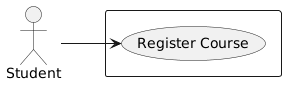
Above: uml/UserCase.puml.png in mtc-Khalid-AlHarrasi/ssd-design-lab--Khalid- (PlantUML), before the change. Its diagram source:
```plantuml
@startuml
left to right direction

actor Student

rectangle  {
    (Register Course)
}

Student --> (Register Course)
@enduml
```
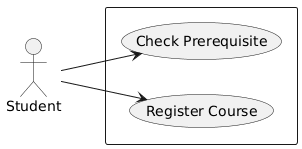
Later version of the same file.

The edit, as a diff of the source:
```diff
@@ -5,7 +5,8 @@
 
 rectangle  {
     (Register Course)
+    (Check Prerequisite)
 }
-
+Student --> (Check Prerequisite)
 Student --> (Register Course)
 @enduml
```
